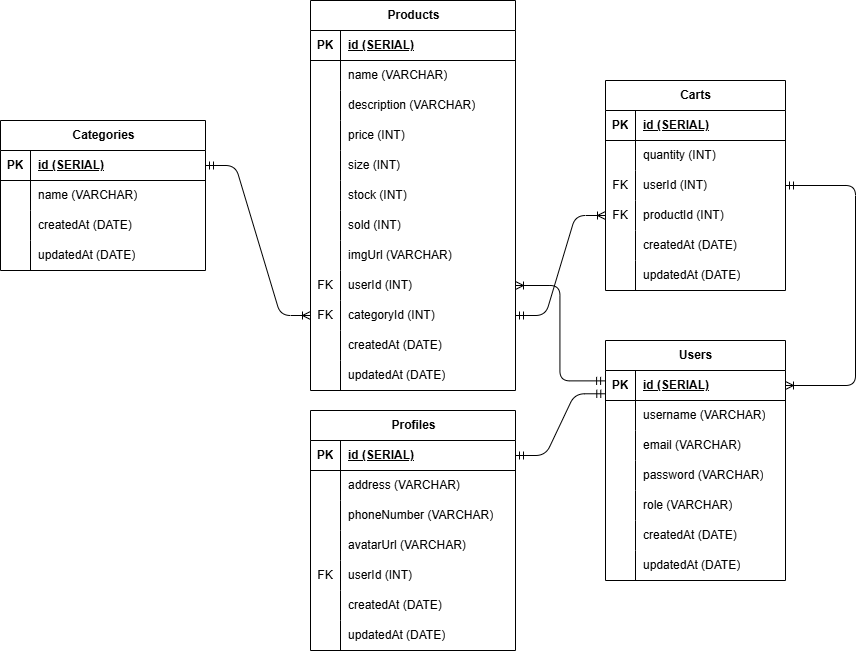
The draw.io diagram heelstivate.drawio.png in ramaatha/project-heelstivate-rama-luthfia, before a commit. Source tidied: cells renumbered, new cells last; positions are measured from the earlier drawing's top-left corner, leaving out a move shared by most shapes.
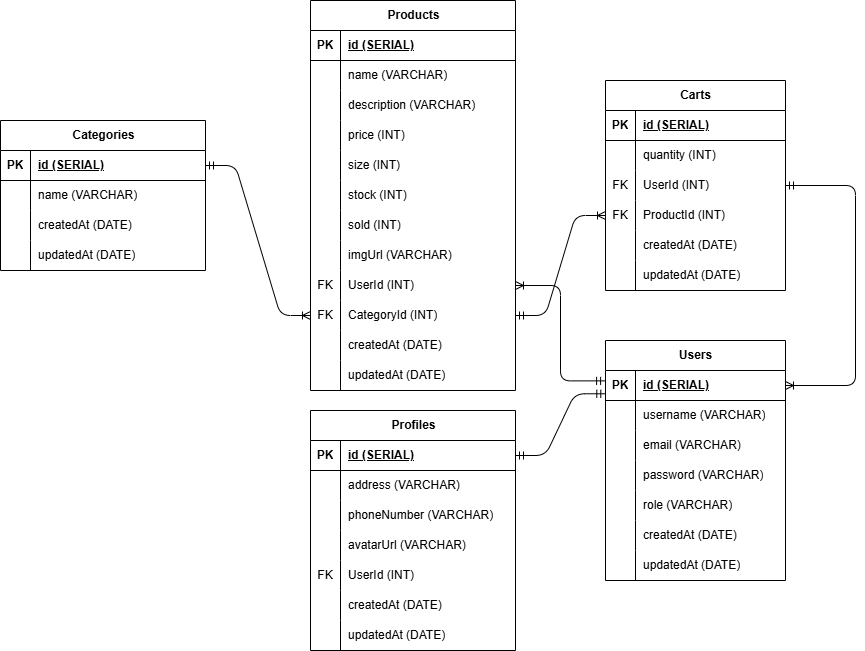
Later version of the same file.

What changed in the source:
```diff
@@ -113,7 +113,7 @@
     <mxCell id="38" value="FK" style="shape=partialRectangle;fillColor=none;top=0;left=0;bottom=0;right=0;overflow=hidden;whiteSpace=wrap;html=1;" parent="37" vertex="1">
       <mxGeometry width="30" height="30" as="geometry" />
     </mxCell>
-    <mxCell id="39" value="userId (INT)" style="shape=partialRectangle;fillColor=none;top=0;left=0;bottom=0;right=0;align=left;spacingLeft=6;overflow=hidden;whiteSpace=wrap;html=1;" parent="37" vertex="1">
+    <mxCell id="39" value="UserId (INT)" style="shape=partialRectangle;fillColor=none;top=0;left=0;bottom=0;right=0;align=left;spacingLeft=6;overflow=hidden;whiteSpace=wrap;html=1;" parent="37" vertex="1">
       <mxGeometry x="30" width="175" height="30" as="geometry" />
     </mxCell>
     <mxCell id="40" style="shape=tableRow;horizontal=0;startSize=0;swimlaneHead=0;swimlaneBody=0;fillColor=none;top=0;left=0;right=0;bottom=0;" parent="24" vertex="1">
@@ -254,7 +254,7 @@
     <mxCell id="85" value="FK" style="shape=partialRectangle;fillColor=none;top=0;left=0;bottom=0;right=0;overflow=hidden;whiteSpace=wrap;html=1;" parent="84" vertex="1">
       <mxGeometry width="30" height="30" as="geometry" />
     </mxCell>
-    <mxCell id="86" value="userId (INT)" style="shape=partialRectangle;fillColor=none;top=0;left=0;bottom=0;right=0;align=left;spacingLeft=6;overflow=hidden;whiteSpace=wrap;html=1;" parent="84" vertex="1">
+    <mxCell id="86" value="UserId (INT)" style="shape=partialRectangle;fillColor=none;top=0;left=0;bottom=0;right=0;align=left;spacingLeft=6;overflow=hidden;whiteSpace=wrap;html=1;" parent="84" vertex="1">
       <mxGeometry x="30" width="175" height="30" as="geometry" />
     </mxCell>
     <mxCell id="87" style="shape=tableRow;horizontal=0;startSize=0;swimlaneHead=0;swimlaneBody=0;fillColor=none;points=[[0,0.5],[1,0.5]];portConstraint=eastwest;top=0;left=0;right=0;bottom=0;" parent="59" vertex="1">
@@ -263,7 +263,7 @@
     <mxCell id="88" value="FK" style="shape=partialRectangle;fillColor=none;top=0;left=0;bottom=0;right=0;overflow=hidden;whiteSpace=wrap;html=1;" parent="87" vertex="1">
       <mxGeometry width="30" height="30" as="geometry" />
     </mxCell>
-    <mxCell id="89" value="categoryId (INT)" style="shape=partialRectangle;fillColor=none;top=0;left=0;bottom=0;right=0;align=left;spacingLeft=6;overflow=hidden;whiteSpace=wrap;html=1;" parent="87" vertex="1">
+    <mxCell id="89" value="CategoryId (INT)" style="shape=partialRectangle;fillColor=none;top=0;left=0;bottom=0;right=0;align=left;spacingLeft=6;overflow=hidden;whiteSpace=wrap;html=1;" parent="87" vertex="1">
       <mxGeometry x="30" width="175" height="30" as="geometry" />
     </mxCell>
     <mxCell id="90" style="shape=tableRow;horizontal=0;startSize=0;swimlaneHead=0;swimlaneBody=0;fillColor=none;top=0;left=0;right=0;bottom=0;" parent="59" vertex="1">
@@ -311,7 +311,7 @@
     <mxCell id="104" value="FK" style="shape=partialRectangle;fillColor=none;top=0;left=0;bottom=0;right=0;overflow=hidden;whiteSpace=wrap;html=1;" parent="103" vertex="1">
       <mxGeometry width="30" height="30" as="geometry" />
     </mxCell>
-    <mxCell id="105" value="userId (INT)" style="shape=partialRectangle;fillColor=none;top=0;left=0;bottom=0;right=0;align=left;spacingLeft=6;overflow=hidden;whiteSpace=wrap;html=1;" parent="103" vertex="1">
+    <mxCell id="105" value="UserId (INT)" style="shape=partialRectangle;fillColor=none;top=0;left=0;bottom=0;right=0;align=left;spacingLeft=6;overflow=hidden;whiteSpace=wrap;html=1;" parent="103" vertex="1">
       <mxGeometry x="30" width="150" height="30" as="geometry" />
     </mxCell>
     <mxCell id="106" style="shape=tableRow;horizontal=0;startSize=0;swimlaneHead=0;swimlaneBody=0;fillColor=none;points=[[0,0.5],[1,0.5]];portConstraint=eastwest;top=0;left=0;right=0;bottom=0;" parent="96" vertex="1">
@@ -320,7 +320,7 @@
     <mxCell id="107" value="FK" style="shape=partialRectangle;fillColor=none;top=0;left=0;bottom=0;right=0;overflow=hidden;whiteSpace=wrap;html=1;" parent="106" vertex="1">
       <mxGeometry width="30" height="30" as="geometry" />
     </mxCell>
-    <mxCell id="108" value="productId (INT)" style="shape=partialRectangle;fillColor=none;top=0;left=0;bottom=0;right=0;align=left;spacingLeft=6;overflow=hidden;whiteSpace=wrap;html=1;" parent="106" vertex="1">
+    <mxCell id="108" value="ProductId (INT)" style="shape=partialRectangle;fillColor=none;top=0;left=0;bottom=0;right=0;align=left;spacingLeft=6;overflow=hidden;whiteSpace=wrap;html=1;" parent="106" vertex="1">
       <mxGeometry x="30" width="150" height="30" as="geometry" />
     </mxCell>
     <mxCell id="109" style="shape=tableRow;horizontal=0;startSize=0;swimlaneHead=0;swimlaneBody=0;fillColor=none;top=0;left=0;right=0;bottom=0;" parent="96" vertex="1">
```
